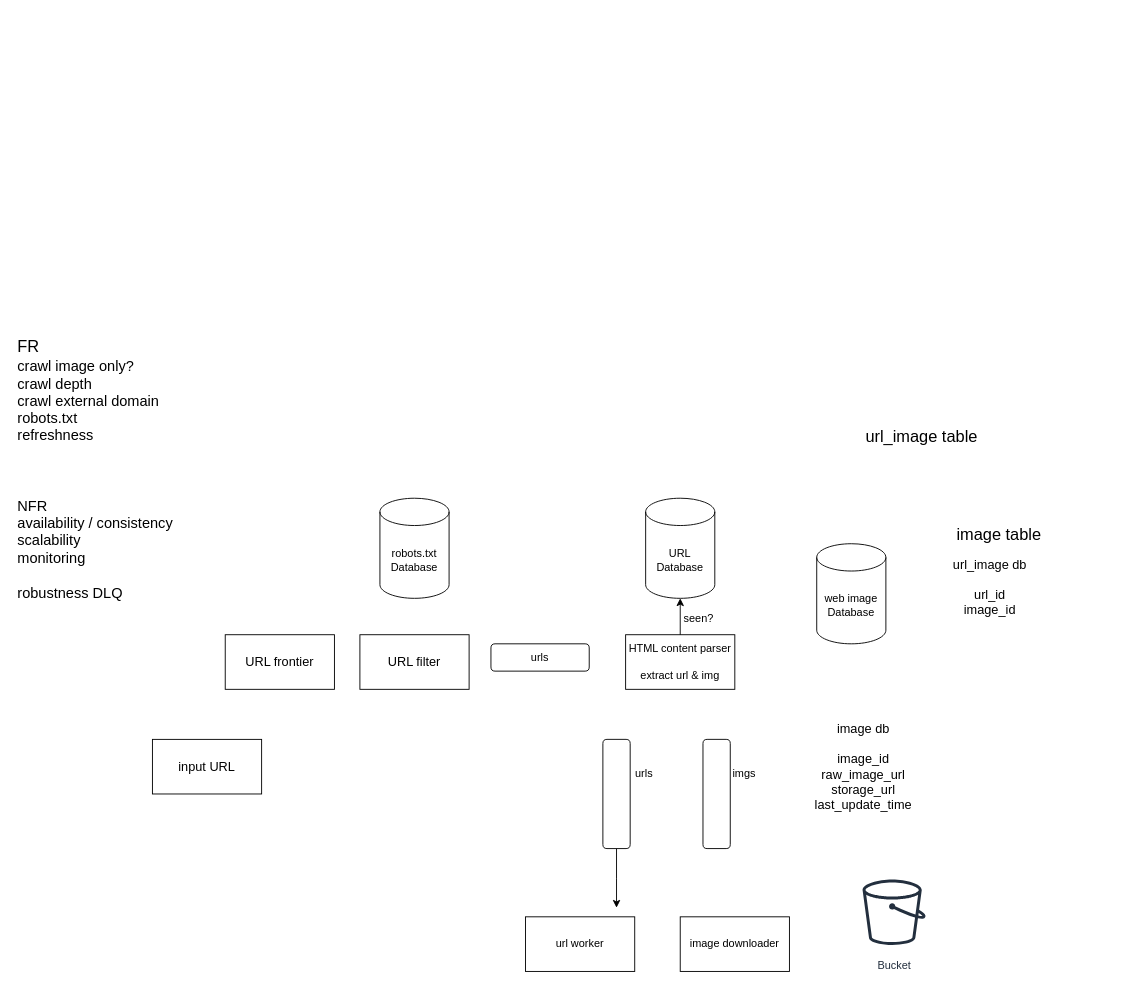
Earlier version of the draw.io diagram page "Page-2" (2 of 3) of practise.drawio (kankaiz/drawio). Source tidied: cells renumbered, new cells numbered last; positions are measured from the earlier drawing's top-left corner, leaving out a move shared by most shapes. Both pictures are drawn from the tidied source at 91%, with x=0, y=0 at pixel (15, 329).
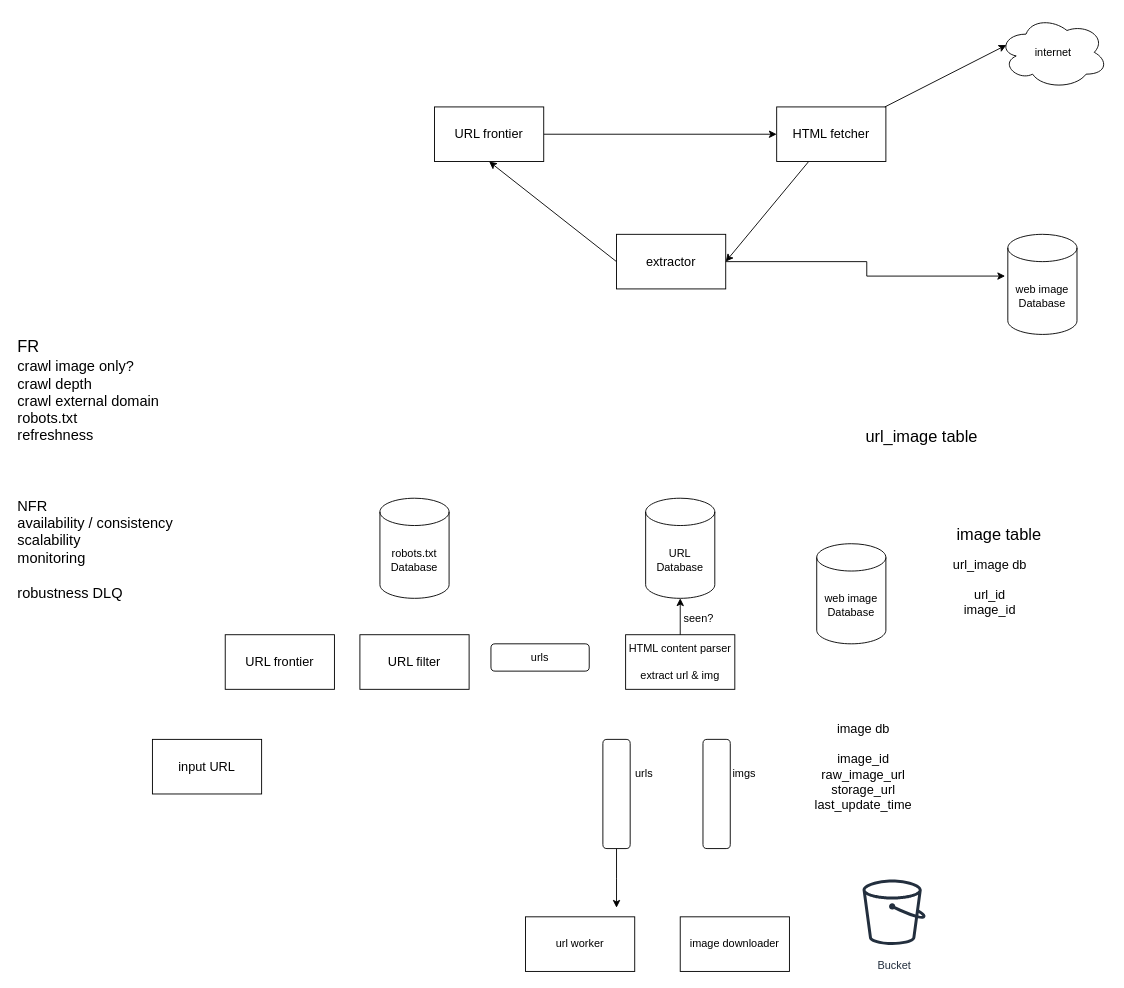
The same page after the edit.

Change to the diagram source:
```diff
@@
+    <mxCell id="25" style="edgeStyle=orthogonalEdgeStyle;rounded=0;jettySize=auto;html=1;entryX=0;entryY=0.5;entryDx=0;entryDy=0;" parent="1" edge="1" source="26" target="28">
+      <mxGeometry relative="1" as="geometry" />
+    </mxCell>
+    <mxCell id="26" value="&lt;font style=&quot;font-size: 14px;&quot;&gt;URL frontier&lt;/font&gt;" style="rounded=0;whiteSpace=wrap;html=1;" parent="1" vertex="1">
+      <mxGeometry x="460" y="-245" width="120" height="60" as="geometry" />
+    </mxCell>
+    <mxCell id="27" style="rounded=0;jettySize=auto;html=1;entryX=1;entryY=0.5;entryDx=0;entryDy=0;" parent="1" edge="1" source="28" target="30">
+      <mxGeometry relative="1" as="geometry" />
+    </mxCell>
+    <mxCell id="28" value="&lt;font style=&quot;font-size: 14px;&quot;&gt;HTML fetcher&lt;/font&gt;" style="rounded=0;whiteSpace=wrap;html=1;" parent="1" vertex="1">
+      <mxGeometry x="836" y="-245" width="120" height="60" as="geometry" />
+    </mxCell>
+    <mxCell id="29" style="rounded=0;jettySize=auto;html=1;entryX=0.5;entryY=1;entryDx=0;entryDy=0;exitX=0;exitY=0.5;exitDx=0;exitDy=0;" parent="1" edge="1" source="30" target="26">
+      <mxGeometry relative="1" as="geometry" />
+    </mxCell>
+    <mxCell id="30" value="&lt;font style=&quot;font-size: 14px;&quot;&gt;extractor&lt;/font&gt;" style="rounded=0;whiteSpace=wrap;html=1;" parent="1" vertex="1">
+      <mxGeometry x="660" y="-105" width="120" height="60" as="geometry" />
+    </mxCell>
+    <mxCell id="31" value="&lt;div&gt;web image&lt;/div&gt;&lt;div&gt;Database&lt;/div&gt;" style="shape=cylinder3;whiteSpace=wrap;html=1;boundedLbl=1;backgroundOutline=1;size=15;" parent="1" vertex="1">
+      <mxGeometry x="1090" y="-105" width="76" height="110" as="geometry" />
+    </mxCell>
+    <mxCell id="32" style="edgeStyle=orthogonalEdgeStyle;rounded=0;jettySize=auto;html=1;entryX=-0.039;entryY=0.417;entryDx=0;entryDy=0;entryPerimeter=0;exitX=1;exitY=0.5;exitDx=0;exitDy=0;" parent="1" edge="1" source="30" target="31">
+      <mxGeometry relative="1" as="geometry" />
+    </mxCell>
+    <mxCell id="33" value="internet" style="ellipse;shape=cloud;whiteSpace=wrap;html=1;" parent="1" vertex="1">
+      <mxGeometry x="1080" y="-345" width="120" height="80" as="geometry" />
+    </mxCell>
+    <mxCell id="34" style="rounded=0;jettySize=auto;html=1;entryX=0.07;entryY=0.4;entryDx=0;entryDy=0;entryPerimeter=0;" parent="1" edge="1" source="28" target="33">
+      <mxGeometry relative="1" as="geometry" />
+    </mxCell>
```
